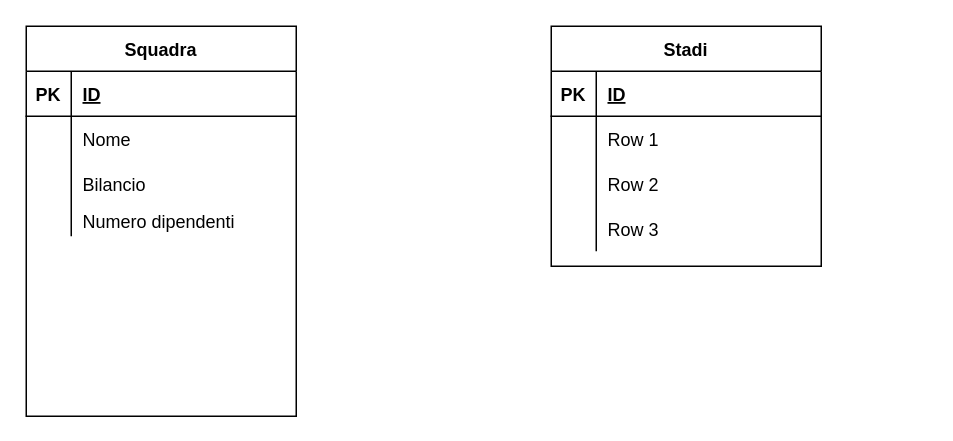
Michelangelo1999/database keeps this draw.io diagram as figc_ER.drawio. Above is the earlier version. Source tidied: cells renumbered, new cells numbered last; positions are measured from the earlier drawing's top-left corner, leaving out a move shared by most shapes. Both pictures are drawn from the tidied source at 150%, with x=0, y=0 at pixel (26, 26).
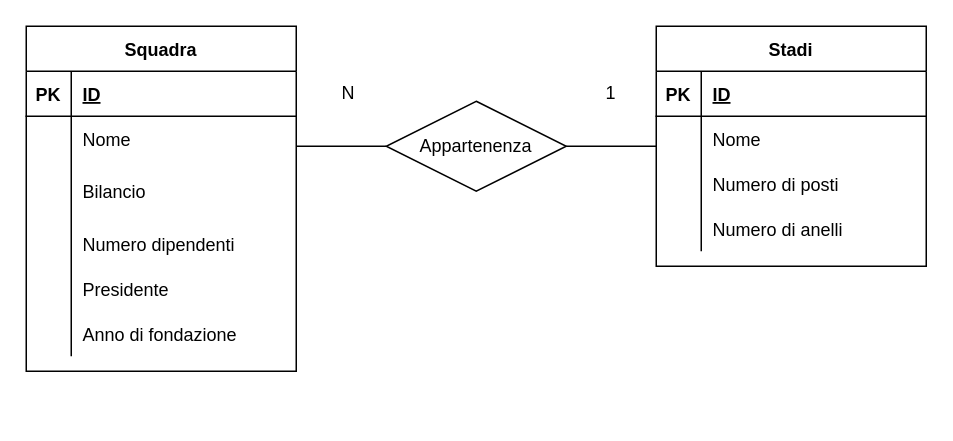
The same page after the edit.

Commit message:
stabilita relazione squadra-stadio

The change refers to these unchanged cells:
```xml
<mxCell id="19" style="shape=tableRow;horizontal=0;startSize=0;swimlaneHead=0;swimlaneBody=0;fillColor=none;top=0;left=0;right=0;bottom=0;hachureGap=4;" parent="15" vertex="1">
  <mxGeometry y="60" width="180" height="30" as="geometry" />
</mxCell>
<mxCell id="22" style="shape=tableRow;horizontal=0;startSize=0;swimlaneHead=0;swimlaneBody=0;fillColor=none;top=0;left=0;right=0;bottom=0;hachureGap=4;" parent="15" vertex="1">
  <mxGeometry y="90" width="180" height="30" as="geometry" />
</mxCell>
<mxCell id="25" style="shape=tableRow;horizontal=0;startSize=0;swimlaneHead=0;swimlaneBody=0;fillColor=none;top=0;left=0;right=0;bottom=0;hachureGap=4;" parent="15" vertex="1">
  <mxGeometry y="120" width="180" height="30" as="geometry" />
</mxCell>
```

Diff of the diagram source:
```diff
@@
     <mxCell id="2" value="Squadra" style="shape=table;startSize=30;childLayout=tableLayout;rowLines=0;fontStyle=1;align=center;hachureGap=4;" parent="1" vertex="1">
-      <mxGeometry width="180" height="260" as="geometry" />
+      <mxGeometry width="180" height="230" as="geometry" />
     </mxCell>
@@
     <mxCell id="9" style="shape=tableRow;horizontal=0;startSize=0;swimlaneHead=0;swimlaneBody=0;fillColor=none;top=0;left=0;right=0;bottom=0;hachureGap=4;" parent="2" vertex="1">
-      <mxGeometry y="90" width="180" height="30" as="geometry" />
+      <mxGeometry y="90" width="180" height="40" as="geometry" />
     </mxCell>
     <mxCell id="10" style="shape=partialRectangle;fillColor=none;top=0;left=0;bottom=0;right=0;overflow=hidden;hachureGap=4;" parent="9" vertex="1">
-      <mxGeometry width="30" height="30" as="geometry" />
+      <mxGeometry width="30" height="40" as="geometry" />
     </mxCell>
     <mxCell id="11" value="Bilancio" style="shape=partialRectangle;fillColor=none;top=0;left=0;bottom=0;right=0;align=left;spacingLeft=6;overflow=hidden;hachureGap=4;" parent="9" vertex="1">
-      <mxGeometry x="30" width="150" height="30" as="geometry" />
+      <mxGeometry x="30" width="150" height="40" as="geometry" />
     </mxCell>
     <mxCell id="12" style="shape=tableRow;horizontal=0;startSize=0;swimlaneHead=0;swimlaneBody=0;fillColor=none;top=0;left=0;right=0;bottom=0;hachureGap=4;" parent="2" vertex="1">
-      <mxGeometry y="120" width="180" height="20" as="geometry" />
+      <mxGeometry y="130" width="180" height="30" as="geometry" />
     </mxCell>
     <mxCell id="13" style="shape=partialRectangle;fillColor=none;top=0;left=0;bottom=0;right=0;overflow=hidden;hachureGap=4;" parent="12" vertex="1">
-      <mxGeometry width="30" height="20" as="geometry" />
+      <mxGeometry width="30" height="30" as="geometry" />
     </mxCell>
     <mxCell id="14" value="Numero dipendenti " style="shape=partialRectangle;fillColor=none;top=0;left=0;bottom=0;right=0;align=left;spacingLeft=6;overflow=hidden;hachureGap=4;" parent="12" vertex="1">
-      <mxGeometry x="30" width="150" height="20" as="geometry" />
+      <mxGeometry x="30" width="150" height="30" as="geometry" />
     </mxCell>
+    <mxCell id="28" style="shape=tableRow;horizontal=0;startSize=0;swimlaneHead=0;swimlaneBody=0;fillColor=none;top=0;left=0;right=0;bottom=0;hachureGap=4;" parent="2" vertex="1">
+      <mxGeometry y="160" width="180" height="30" as="geometry" />
+    </mxCell>
+    <mxCell id="29" style="shape=partialRectangle;fillColor=none;top=0;left=0;bottom=0;right=0;overflow=hidden;hachureGap=4;" parent="28" vertex="1">
+      <mxGeometry width="30" height="30" as="geometry" />
+    </mxCell>
+    <mxCell id="30" value="Presidente" style="shape=partialRectangle;fillColor=none;top=0;left=0;bottom=0;right=0;align=left;spacingLeft=6;overflow=hidden;hachureGap=4;" parent="28" vertex="1">
+      <mxGeometry x="30" width="150" height="30" as="geometry" />
+    </mxCell>
+    <mxCell id="31" style="shape=tableRow;horizontal=0;startSize=0;swimlaneHead=0;swimlaneBody=0;fillColor=none;top=0;left=0;right=0;bottom=0;hachureGap=4;" parent="2" vertex="1">
+      <mxGeometry y="190" width="180" height="30" as="geometry" />
+    </mxCell>
+    <mxCell id="32" style="shape=partialRectangle;fillColor=none;top=0;left=0;bottom=0;right=0;overflow=hidden;hachureGap=4;" parent="31" vertex="1">
+      <mxGeometry width="30" height="30" as="geometry" />
+    </mxCell>
+    <mxCell id="33" value="Anno di fondazione" style="shape=partialRectangle;fillColor=none;top=0;left=0;bottom=0;right=0;align=left;spacingLeft=6;overflow=hidden;hachureGap=4;" parent="31" vertex="1">
+      <mxGeometry x="30" width="150" height="30" as="geometry" />
+    </mxCell>
     <mxCell id="15" value="Stadi" style="shape=table;startSize=30;childLayout=tableLayout;rowLines=0;fontStyle=1;align=center;hachureGap=4;" parent="1" vertex="1">
-      <mxGeometry x="350" width="180" height="160" as="geometry" />
+      <mxGeometry x="420" width="180" height="160" as="geometry" />
     </mxCell>
@@
-    <mxCell id="21" value="Row 1" style="shape=partialRectangle;fillColor=none;top=0;left=0;bottom=0;right=0;align=left;spacingLeft=6;overflow=hidden;hachureGap=4;" parent="19" vertex="1">
+    <mxCell id="21" value="Nome" style="shape=partialRectangle;fillColor=none;top=0;left=0;bottom=0;right=0;align=left;spacingLeft=6;overflow=hidden;hachureGap=4;" parent="19" vertex="1">
       <mxGeometry x="30" width="150" height="30" as="geometry" />
     </mxCell>
@@
-    <mxCell id="24" value="Row 2" style="shape=partialRectangle;fillColor=none;top=0;left=0;bottom=0;right=0;align=left;spacingLeft=6;overflow=hidden;hachureGap=4;" parent="22" vertex="1">
+    <mxCell id="24" value="Numero di posti" style="shape=partialRectangle;fillColor=none;top=0;left=0;bottom=0;right=0;align=left;spacingLeft=6;overflow=hidden;hachureGap=4;" parent="22" vertex="1">
       <mxGeometry x="30" width="150" height="30" as="geometry" />
     </mxCell>
@@
-    <mxCell id="27" value="Row 3" style="shape=partialRectangle;fillColor=none;top=0;left=0;bottom=0;right=0;align=left;spacingLeft=6;overflow=hidden;hachureGap=4;" parent="25" vertex="1">
+    <mxCell id="27" value="Numero di anelli" style="shape=partialRectangle;fillColor=none;top=0;left=0;bottom=0;right=0;align=left;spacingLeft=6;overflow=hidden;hachureGap=4;" parent="25" vertex="1">
       <mxGeometry x="30" width="150" height="30" as="geometry" />
     </mxCell>
+    <mxCell id="34" value="Appartenenza" style="shape=rhombus;perimeter=rhombusPerimeter;whiteSpace=wrap;html=1;align=center;hachureGap=4;" parent="1" vertex="1">
+      <mxGeometry x="240" y="50" width="120" height="60" as="geometry" />
+    </mxCell>
+    <mxCell id="35" style="line;strokeWidth=1;dashed=0;labelPosition=right;align=left;verticalAlign=middle;spacingTop=0;spacingLeft=6;hachureGap=4;" parent="1" vertex="1">
+      <mxGeometry x="180" y="75" width="60" height="10" as="geometry" />
+    </mxCell>
+    <mxCell id="36" style="line;strokeWidth=1;dashed=0;labelPosition=right;align=left;verticalAlign=middle;spacingTop=0;spacingLeft=6;hachureGap=4;" parent="1" vertex="1">
+      <mxGeometry x="360" y="75" width="60" height="10" as="geometry" />
+    </mxCell>
+    <mxCell id="37" value="N" style="text;html=1;strokeColor=none;fillColor=none;align=center;verticalAlign=middle;whiteSpace=wrap;rounded=0;hachureGap=4;" parent="1" vertex="1">
+      <mxGeometry x="185" y="30" width="60" height="30" as="geometry" />
+    </mxCell>
+    <mxCell id="38" value="1" style="text;html=1;strokeColor=none;fillColor=none;align=center;verticalAlign=middle;whiteSpace=wrap;rounded=0;hachureGap=4;" parent="1" vertex="1">
+      <mxGeometry x="360" y="30" width="60" height="30" as="geometry" />
+    </mxCell>
```
